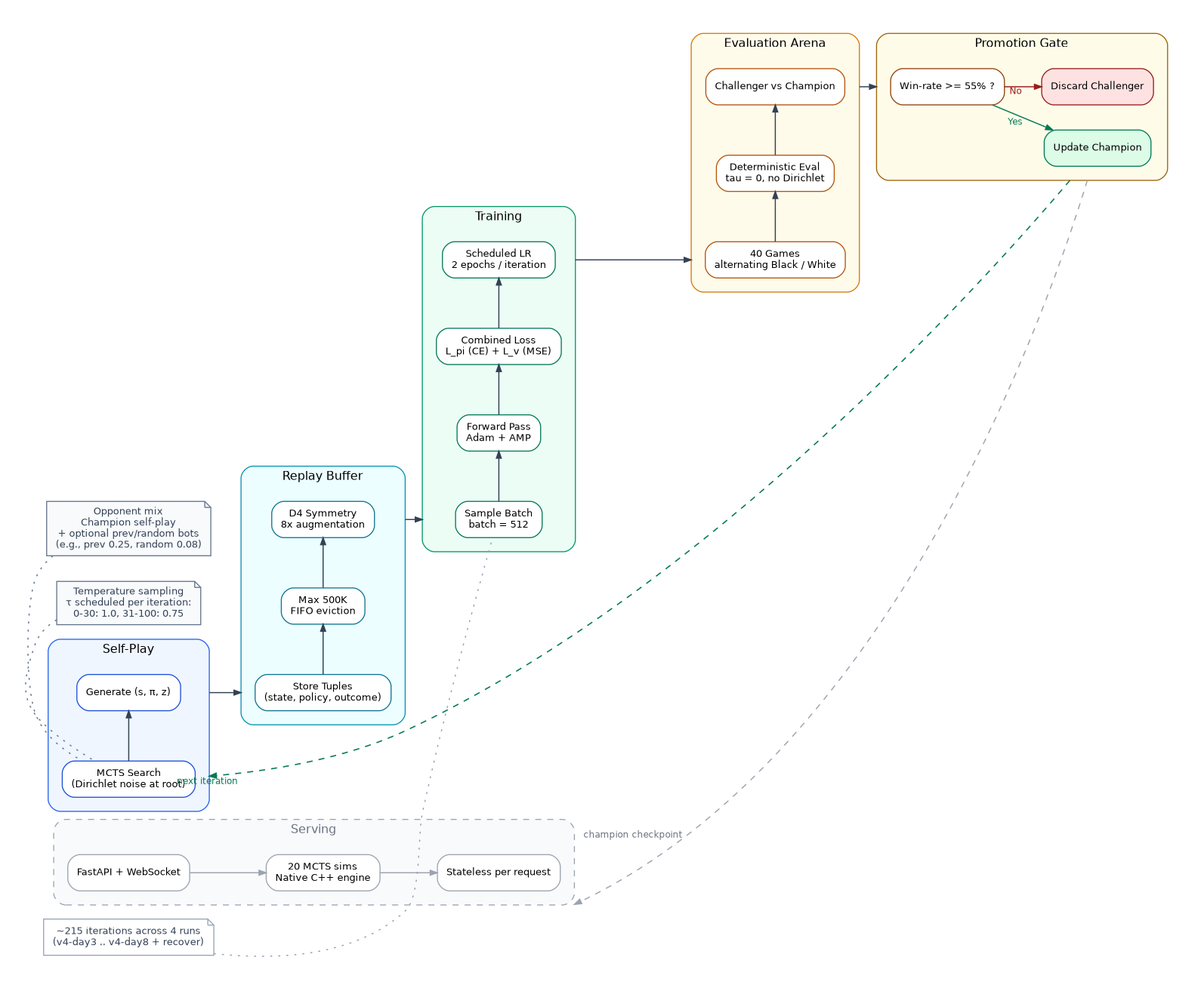
woolimi/gomoku keeps this Graphviz diagram as front/public/images/diagrams/DIAGRAM_01.png. Above is the earlier version. Its source is kept beside it as front/public/images/diagrams/DIAGRAM_01.dot.
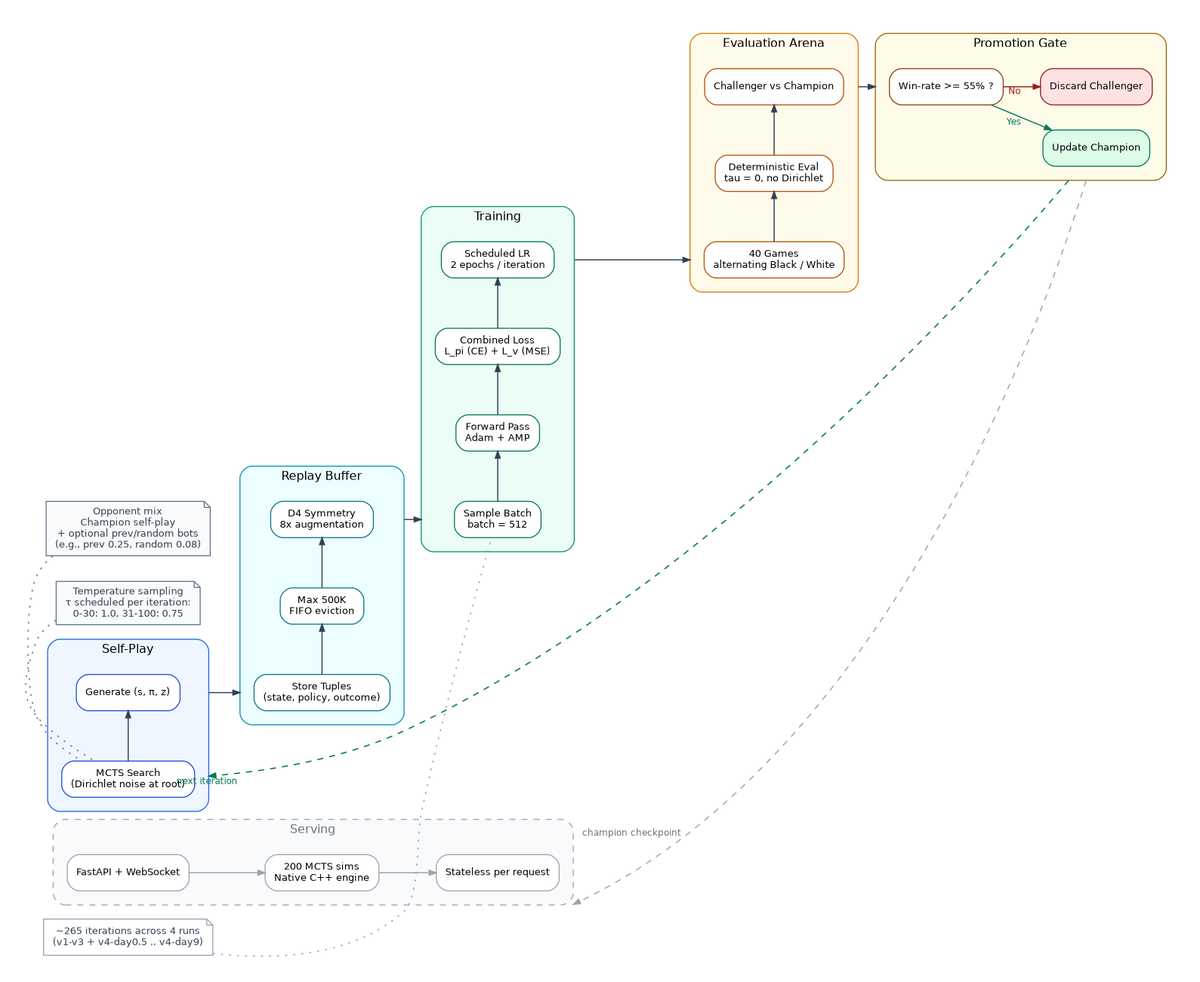
The same diagram one commit later.

The edit, as a diff of the source:
```diff
@@ -143,7 +143,7 @@
         margin = 14;
 
         srv_api [label = "FastAPI + WebSocket", color = "#9ca3af", fillcolor = "#ffffff"];
-        srv_mcts [label = "20 MCTS sims\nNative C++ engine", color = "#9ca3af", fillcolor = "#ffffff"];
+        srv_mcts [label = "200 MCTS sims\nNative C++ engine", color = "#9ca3af", fillcolor = "#ffffff"];
         srv_state [label = "Stateless per request", color = "#9ca3af", fillcolor = "#ffffff"];
 
         srv_api -> srv_mcts [color = "#9ca3af"];
@@ -156,7 +156,7 @@
         fillcolor = "#ffffff"
         color = "#94a3b8"
         fontcolor = "#334155"
-        label = "~215 iterations across 4 runs\n(v4-day3 .. v4-day8 + recover)"
+        label = "~265 iterations across 4 runs\n(v1-v3 + v4-day0.5 .. v4-day9)"
     ];
 
     sp_out -> buf_store [ltail = cluster_selfplay, lhead = cluster_buffer];
```
